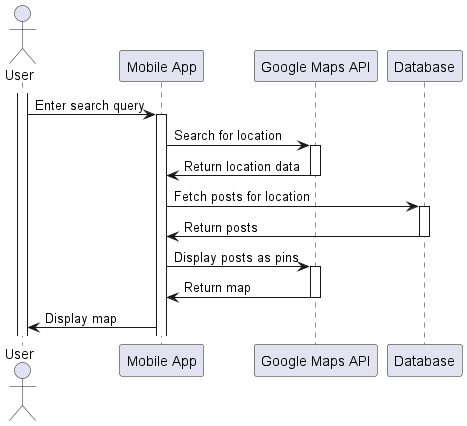
xuantungbrian/Tomato keeps this PlantUML diagram as documentation/images/search_location.png. Above is the earlier version. Source of this version:
```plantuml
@startuml

actor User
participant "Mobile App" as App
participant "Google Maps API" as Maps
participant "Database" as DB

activate User
User -> App: Enter search query
activate App
App -> Maps: Search for location
activate Maps
Maps -> App: Return location data
deactivate Maps
App -> DB: Fetch posts for location
activate DB
DB -> App: Return posts
deactivate DB
App -> Maps: Display posts as pins
activate Maps
Maps -> App: Return map
deactivate Maps
App -> User: Display map

@enduml
```
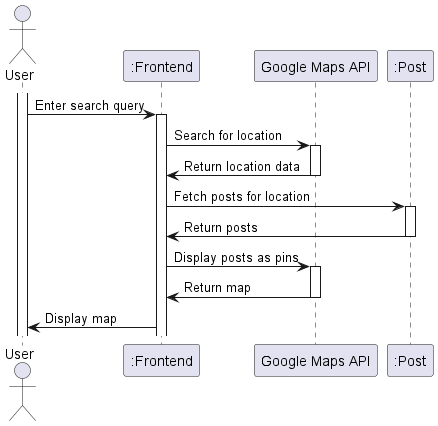
Above is the later version.

What changed in the source:
```diff
@@ -1,9 +1,9 @@
 @startuml
 
 actor User
-participant "Mobile App" as App
+participant ":Frontend" as App
 participant "Google Maps API" as Maps
-participant "Database" as DB
+participant ":Post" as DB
 
 activate User
 User -> App: Enter search query
```
